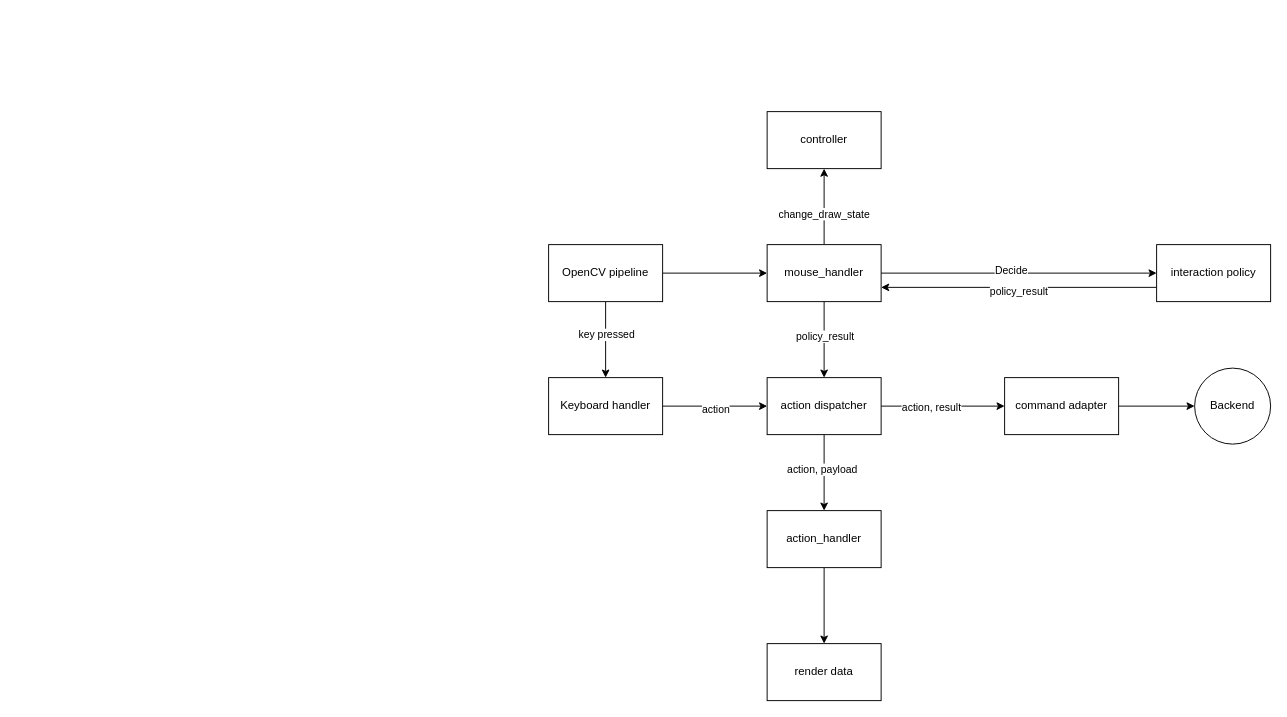
Above: annotation_transition/renderer/diagram.drawio in alecremer/Darkroom-CV (draw.io), before the change. Source tidied: cells renumbered, new cells numbered last; positions are measured from the earlier drawing's top-left corner, leaving out a move shared by most shapes. Both pictures are drawn from the tidied source at 95%, with x=0, y=0 at pixel (548, 111).
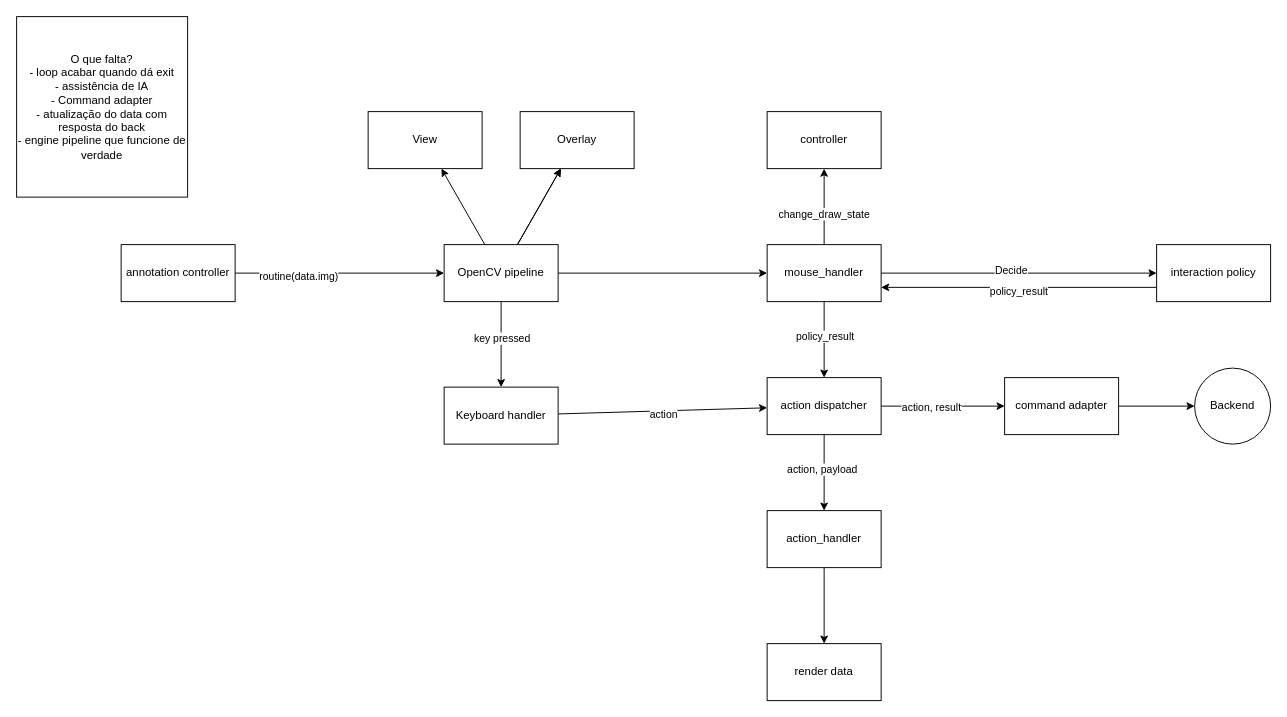
After the change.

The edit, as a diff of the source:
```diff
@@
+    <mxCell id="31" style="edgeStyle=none;html=1;" parent="1" edge="1" source="27" target="34">
+      <mxGeometry relative="1" as="geometry" />
+    </mxCell>
+    <mxCell id="32" style="edgeStyle=none;html=1;" parent="1" edge="1" source="27" target="34">
+      <mxGeometry relative="1" as="geometry" />
+    </mxCell>
+    <mxCell id="33" style="edgeStyle=none;html=1;" parent="1" edge="1" source="27" target="35">
+      <mxGeometry relative="1" as="geometry" />
+    </mxCell>
     <mxCell id="27" value="OpenCV pipeline" style="whiteSpace=wrap;html=1;" parent="1" vertex="1">
-      <mxGeometry y="140" width="120" height="60" as="geometry" />
+      <mxGeometry x="-110" y="140" width="120" height="60" as="geometry" />
     </mxCell>
@@
     <mxCell id="30" value="Keyboard handler" style="whiteSpace=wrap;html=1;" parent="1" vertex="1">
-      <mxGeometry y="280" width="120" height="60" as="geometry" />
+      <mxGeometry x="-110" y="290" width="120" height="60" as="geometry" />
     </mxCell>
+    <mxCell id="34" value="Overlay" style="whiteSpace=wrap;html=1;" parent="1" vertex="1">
+      <mxGeometry x="-30" width="120" height="60" as="geometry" />
+    </mxCell>
+    <mxCell id="35" value="View" style="whiteSpace=wrap;html=1;" parent="1" vertex="1">
+      <mxGeometry x="-190" width="120" height="60" as="geometry" />
+    </mxCell>
+    <mxCell id="36" style="edgeStyle=none;html=1;entryX=0;entryY=0.5;entryDx=0;entryDy=0;" parent="1" edge="1" source="38" target="27">
+      <mxGeometry relative="1" as="geometry" />
+    </mxCell>
+    <mxCell id="37" value="routine(data.img)" style="edgeLabel;html=1;align=center;verticalAlign=middle;" parent="36" vertex="1">
+      <mxGeometry x="-0.4" y="-3" relative="1" as="geometry" />
+    </mxCell>
+    <mxCell id="38" value="annotation controller" style="whiteSpace=wrap;html=1;" parent="1" vertex="1">
+      <mxGeometry x="-450" y="140" width="120" height="60" as="geometry" />
+    </mxCell>
+    <mxCell id="39" value="O que falta?&lt;br&gt;- loop acabar quando dá exit&lt;div&gt;- assistência de IA&lt;/div&gt;&lt;div&gt;- Command adapter&lt;/div&gt;&lt;div&gt;- atualização do data com resposta do back&lt;/div&gt;&lt;div&gt;- engine pipeline que funcione de verdade&lt;/div&gt;" style="whiteSpace=wrap;html=1;" parent="1" vertex="1">
+      <mxGeometry x="-560" y="-100" width="180" height="190" as="geometry" />
+    </mxCell>
```
